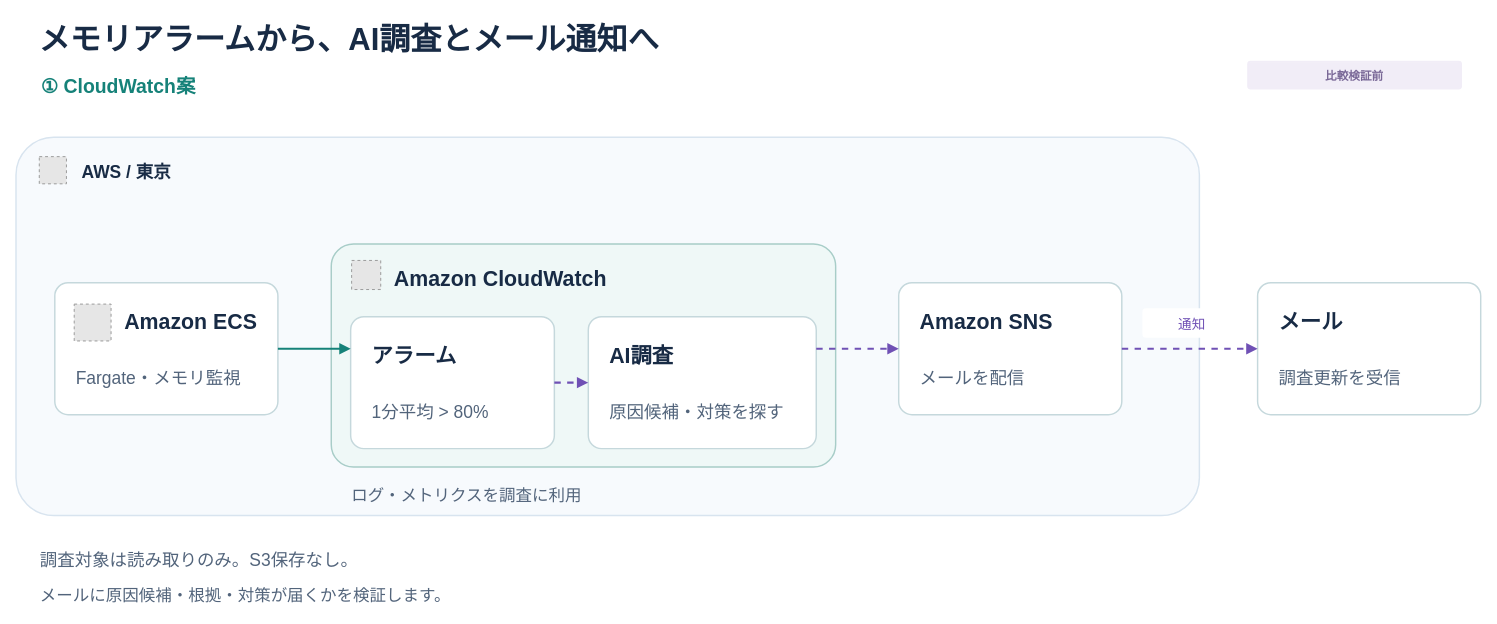
Before: page "① CloudWatch案" (1 of 2) of docs/architecture.drawio in tikyuu/aws-incident-intelligence, a draw.io diagram. Source tidied: cells renumbered, new cells numbered last; positions are measured from the earlier drawing's top-left corner, leaving out a move shared by most shapes. Both pictures are drawn from the tidied source at 97%, with x=0, y=0 at pixel (16, 16). Pictures stored in the file or linked from it are replaced by grey dashed boxes.
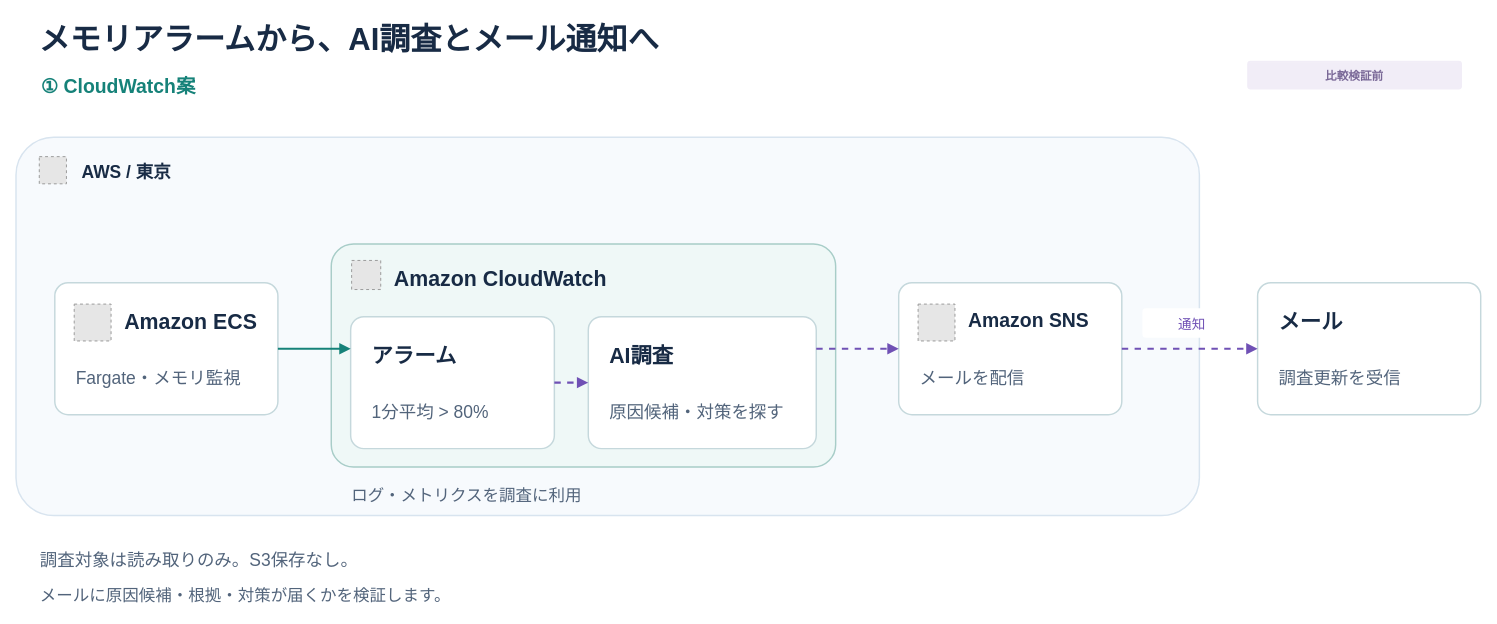
Above is the later version.

What changed in the source:
```diff
@@
-    <mxCell id="24" value="Amazon SNS" style="text;html=0;strokeColor=none;fillColor=none;align=left;verticalAlign=top;spacing=0;fontFamily=Hiragino Sans;fontSize=22;fontColor=#182B45;fontStyle=1;" parent="1" vertex="1">
-      <mxGeometry x="932" y="297" width="186" height="32" as="geometry" />
+    <mxCell id="24" value="Amazon SNS" style="text;html=0;strokeColor=none;fillColor=none;align=left;verticalAlign=top;spacing=0;fontFamily=Hiragino Sans;fontSize=20;fontColor=#182B45;fontStyle=1;" parent="1" vertex="1">
+      <mxGeometry x="982" y="297" width="136" height="30" as="geometry" />
     </mxCell>
@@
+    <mxCell id="37" style="fillColor=#E6E6E6;strokeColor=#999999;dashed=1;" parent="1" vertex="1">
+      <mxGeometry x="930" y="297" width="38" height="38" as="geometry" />
+    </mxCell>
```
